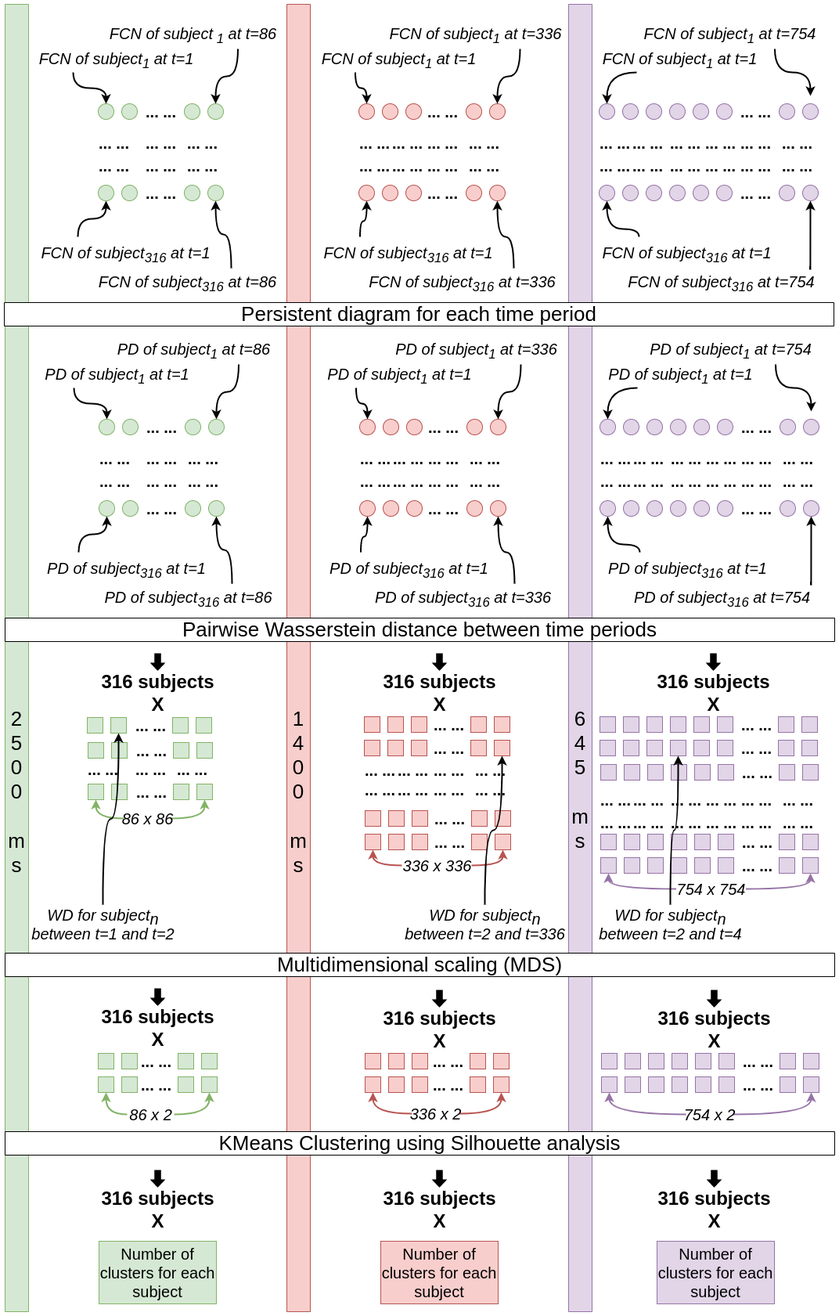
This is drawing/tda_pipeline.png from harp-lab/TemporalBrainPH, a draw.io export, as it was before one commit. Source tidied: cells renumbered, new cells last; positions are measured from the earlier drawing's top-left corner, leaving out a move shared by most shapes.
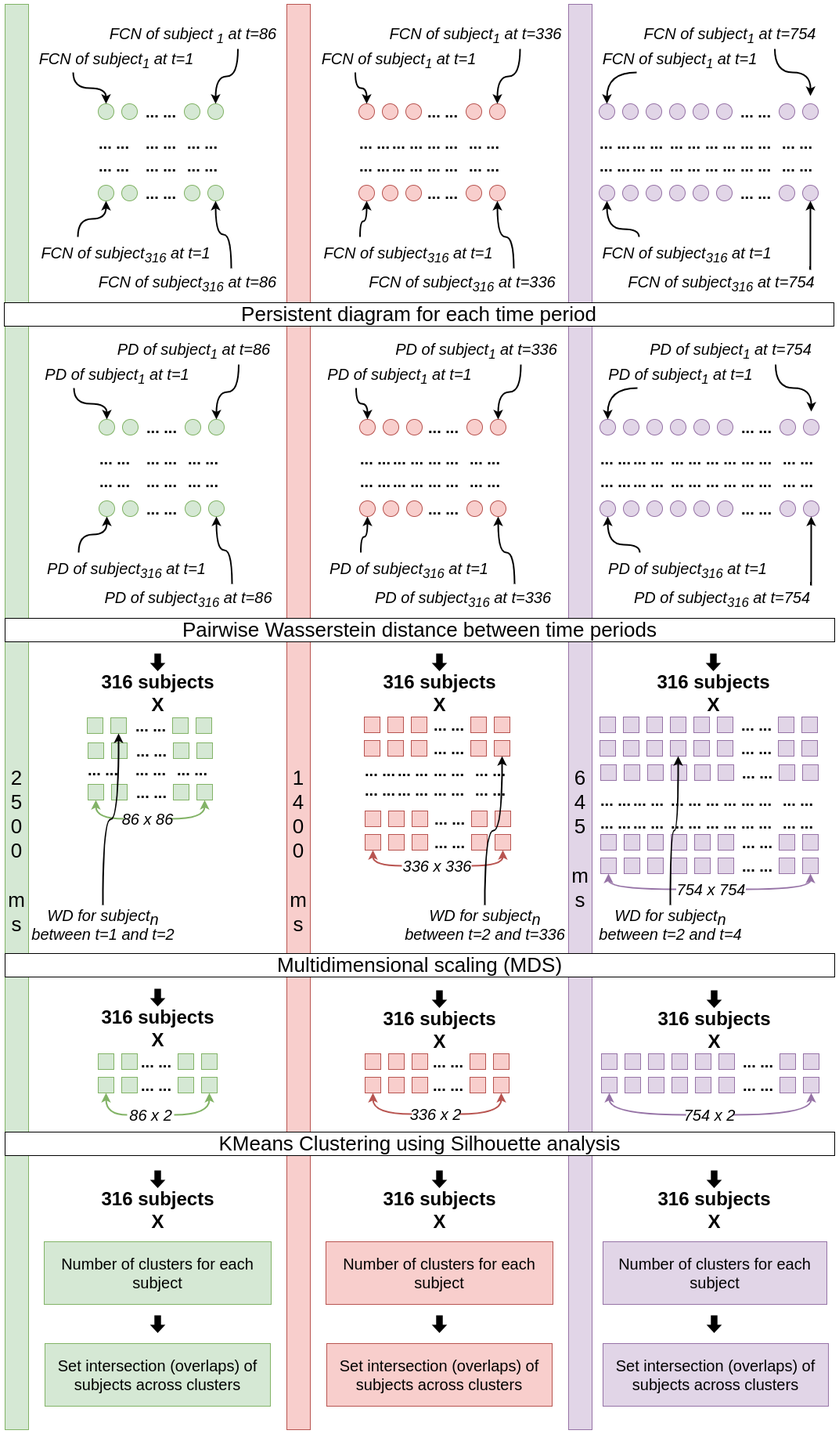
After the change.

Change to the diagram source:
```diff
@@ -3,7 +3,7 @@
     <mxCell id="0" />
     <mxCell id="1" parent="0" />
     <mxCell id="2" value="&lt;font style=&quot;font-size: 26px;&quot;&gt;&lt;br&gt;&lt;br&gt;&lt;br&gt;&lt;br&gt;&lt;br&gt;&lt;br&gt;&lt;br&gt;&lt;br&gt;&lt;br&gt;&lt;br&gt;&lt;br&gt;2&lt;br&gt;5&lt;br&gt;0&lt;br&gt;0 &lt;br&gt;&lt;br&gt;m&lt;br&gt;s&lt;/font&gt;" style="rounded=0;whiteSpace=wrap;html=1;direction=south;strokeColor=#82b366;fillColor=#d5e8d4;" parent="1" vertex="1">
-      <mxGeometry x="1" width="30" height="1670" as="geometry" />
+      <mxGeometry x="1" width="30" height="1820" as="geometry" />
     </mxCell>
     <mxCell id="3" style="ellipse;whiteSpace=wrap;html=1;strokeColor=#82b366;fontSize=26;fillColor=#d5e8d4;" parent="1" vertex="1">
       <mxGeometry x="121" y="530" width="20" height="20" as="geometry" />
@@ -144,7 +144,7 @@
       <mxGeometry x="61.5" y="1150" width="129" height="50" as="geometry" />
     </mxCell>
     <mxCell id="49" value="&lt;font style=&quot;font-size: 20px;&quot;&gt;Number of clusters for each subject&lt;/font&gt;" style="whiteSpace=wrap;html=1;fontSize=12;fillColor=#d5e8d4;strokeColor=#82b366;" parent="1" vertex="1">
-      <mxGeometry x="121" y="1580" width="150" height="80" as="geometry" />
+      <mxGeometry x="51" y="1580" width="290" height="80" as="geometry" />
     </mxCell>
     <mxCell id="50" style="whiteSpace=wrap;html=1;fontSize=12;fillColor=#d5e8d4;strokeColor=#82b366;" parent="1" vertex="1">
       <mxGeometry x="120" y="1340" width="20" height="20" as="geometry" />
@@ -210,7 +210,7 @@
       <mxGeometry x="77.5" width="15" height="20" as="geometry" />
     </mxCell>
     <mxCell id="71" value="&lt;font style=&quot;font-size: 26px;&quot;&gt;&lt;br&gt;&lt;br&gt;&lt;br&gt;&lt;br&gt;&lt;br&gt;&lt;br&gt;&lt;br&gt;&lt;br&gt;&lt;br&gt;&lt;br&gt;&lt;br&gt;1&lt;br&gt;4&lt;br&gt;0&lt;br&gt;0 &lt;br&gt;&lt;br&gt;m&lt;br&gt;s&lt;/font&gt;" style="rounded=0;whiteSpace=wrap;html=1;direction=south;strokeColor=#b85450;fillColor=#f8cecc;" parent="1" vertex="1">
-      <mxGeometry x="361" width="30" height="1670" as="geometry" />
+      <mxGeometry x="361" width="30" height="1820" as="geometry" />
     </mxCell>
     <mxCell id="72" style="ellipse;whiteSpace=wrap;html=1;strokeColor=#b85450;fontSize=26;fillColor=#f8cecc;" parent="1" vertex="1">
       <mxGeometry x="454" y="530" width="20" height="20" as="geometry" />
@@ -366,7 +366,7 @@
       <mxGeometry x="508" y="1090" width="89" height="20" as="geometry" />
     </mxCell>
     <mxCell id="123" value="&lt;span style=&quot;font-size: 20px;&quot;&gt;Number of clusters for each subject&lt;/span&gt;" style="whiteSpace=wrap;html=1;fontSize=12;fillColor=#f8cecc;strokeColor=#b85450;" parent="1" vertex="1">
-      <mxGeometry x="481" y="1580" width="150" height="80" as="geometry" />
+      <mxGeometry x="411" y="1580" width="290" height="80" as="geometry" />
     </mxCell>
     <mxCell id="124" style="whiteSpace=wrap;html=1;fontSize=12;fillColor=#f8cecc;strokeColor=#b85450;" parent="1" vertex="1">
       <mxGeometry x="461" y="1340" width="20" height="20" as="geometry" />
@@ -441,7 +441,7 @@
       <mxGeometry x="77.5" width="15" height="20" as="geometry" />
     </mxCell>
     <mxCell id="148" value="&lt;font style=&quot;font-size: 26px;&quot;&gt;&lt;br&gt;&lt;br&gt;&lt;br&gt;&lt;br&gt;&lt;br&gt;&lt;br&gt;&lt;br&gt;&lt;br&gt;&lt;br&gt;&lt;br&gt;6&lt;br&gt;4&lt;br&gt;5&lt;br&gt;&lt;br&gt;m&lt;br&gt;s&lt;/font&gt;" style="rounded=0;whiteSpace=wrap;html=1;direction=south;strokeColor=#9673a6;fillColor=#e1d5e7;" parent="1" vertex="1">
-      <mxGeometry x="721" width="30" height="1670" as="geometry" />
+      <mxGeometry x="721" width="30" height="1820" as="geometry" />
     </mxCell>
     <mxCell id="149" style="ellipse;whiteSpace=wrap;html=1;strokeColor=#9673a6;fontSize=26;fillColor=#e1d5e7;" parent="1" vertex="1">
       <mxGeometry x="761" y="530" width="20" height="20" as="geometry" />
@@ -714,7 +714,7 @@
       <mxGeometry x="858.5" y="1120" width="89" height="20" as="geometry" />
     </mxCell>
     <mxCell id="239" value="&lt;span style=&quot;font-size: 20px;&quot;&gt;Number of clusters for each subject&lt;/span&gt;" style="whiteSpace=wrap;html=1;fontSize=12;fillColor=#e1d5e7;strokeColor=#9673a6;" parent="1" vertex="1">
-      <mxGeometry x="834" y="1580" width="150" height="80" as="geometry" />
+      <mxGeometry x="765" y="1580" width="286" height="80" as="geometry" />
     </mxCell>
     <mxCell id="240" style="whiteSpace=wrap;html=1;fontSize=12;fillColor=#e1d5e7;strokeColor=#9673a6;" parent="1" vertex="1">
       <mxGeometry x="763" y="1340" width="20" height="20" as="geometry" />
@@ -1218,5 +1218,23 @@
         </Array>
       </mxGeometry>
     </mxCell>
+    <mxCell id="390" style="shape=mxgraph.arrows.arrow_down;html=1;verticalLabelPosition=bottom;verticalAlign=top;strokeWidth=2;fontSize=26;fillColor=#000000;" parent="1" vertex="1">
+      <mxGeometry x="188.5" y="1675" width="15" height="20" as="geometry" />
+    </mxCell>
+    <mxCell id="391" value="&lt;font style=&quot;font-size: 20px;&quot;&gt;Set intersection (overlaps) of subjects across clusters&lt;/font&gt;" style="whiteSpace=wrap;html=1;fontSize=12;fillColor=#d5e8d4;strokeColor=#82b366;" parent="1" vertex="1">
+      <mxGeometry x="52" y="1710" width="288" height="80" as="geometry" />
+    </mxCell>
+    <mxCell id="392" style="shape=mxgraph.arrows.arrow_down;html=1;verticalLabelPosition=bottom;verticalAlign=top;strokeWidth=2;fontSize=26;fillColor=#000000;" parent="1" vertex="1">
+      <mxGeometry x="548.5" y="1675" width="15" height="20" as="geometry" />
+    </mxCell>
+    <mxCell id="393" value="&lt;font style=&quot;font-size: 20px;&quot;&gt;Set intersection (overlaps) of subjects across clusters&lt;/font&gt;" style="whiteSpace=wrap;html=1;fontSize=12;fillColor=#f8cecc;strokeColor=#b85450;" parent="1" vertex="1">
+      <mxGeometry x="412" y="1710" width="288" height="80" as="geometry" />
+    </mxCell>
+    <mxCell id="394" style="shape=mxgraph.arrows.arrow_down;html=1;verticalLabelPosition=bottom;verticalAlign=top;strokeWidth=2;fontSize=26;fillColor=#000000;" parent="1" vertex="1">
+      <mxGeometry x="899.5" y="1675" width="15" height="20" as="geometry" />
+    </mxCell>
+    <mxCell id="395" value="&lt;font style=&quot;font-size: 20px;&quot;&gt;Set intersection (overlaps) of subjects across clusters&lt;/font&gt;" style="whiteSpace=wrap;html=1;fontSize=12;fillColor=#e1d5e7;strokeColor=#9673a6;" parent="1" vertex="1">
+      <mxGeometry x="765" y="1710" width="288" height="80" as="geometry" />
+    </mxCell>
   </root>
 </mxGraphModel>
```
